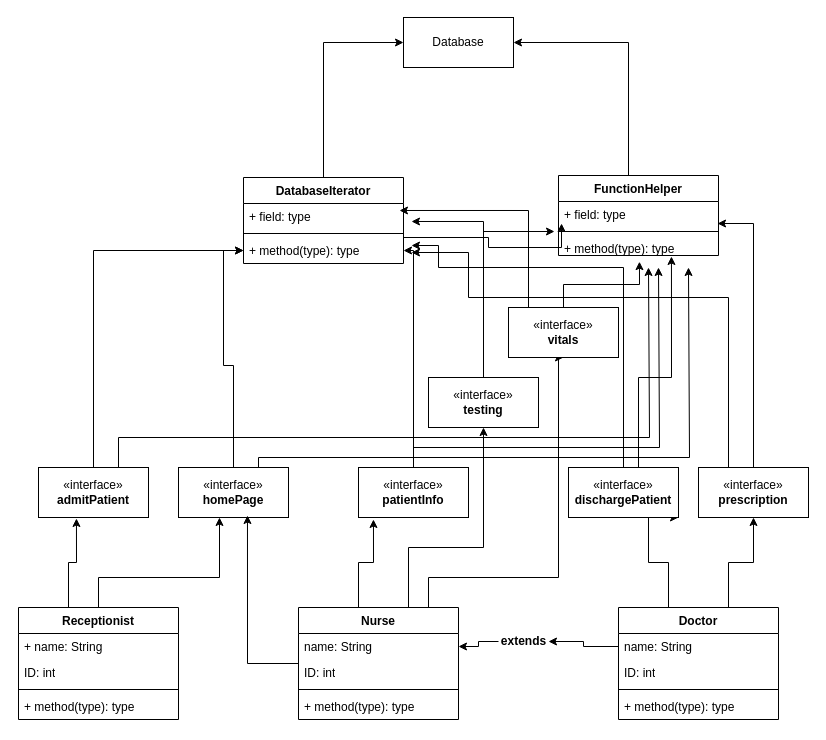
This is Deliverables/Deliverable 3/ObjectDiagram.drawio from Kburgan1006/CS460W-Project, a draw.io file, before an edit. Source tidied: cells renumbered, new cells numbered last; positions are measured from the earlier drawing's top-left corner, leaving out a move shared by most shapes. Both pictures are drawn from the tidied source at 100%, with x=0, y=0 at pixel (18, 17).
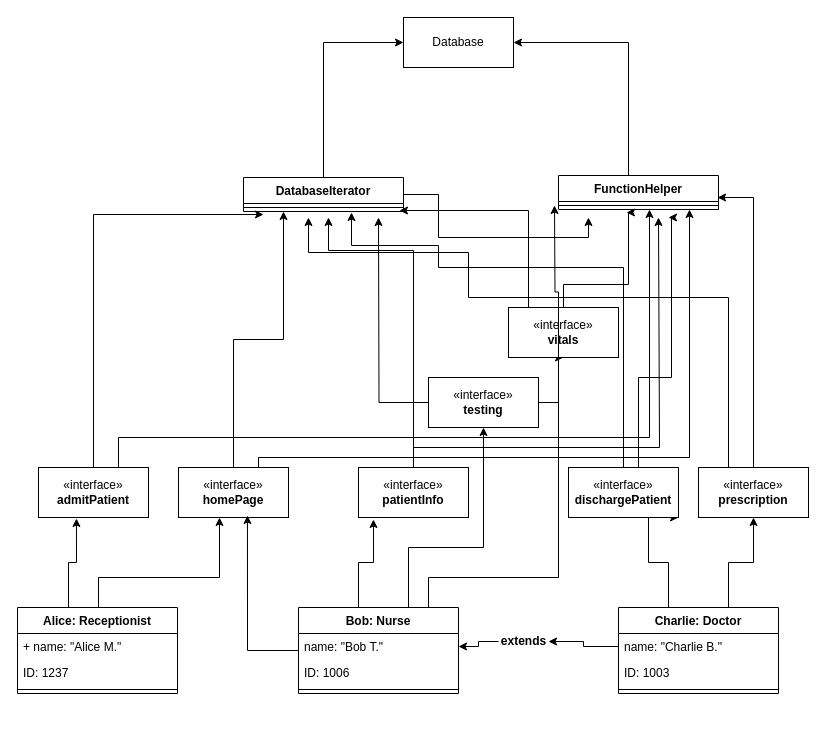
The same diagram, later.

Commit message (it also covers changes not shown here):
Added Class and Object Diagram drafts

renamed objectdiagram to classdiagram, added new diagram called object diagram

Unchanged cells that the change refers to:
```xml
<mxCell id="23" value="«interface»&lt;b&gt;&lt;br&gt;admitPatient&lt;br&gt;&lt;/b&gt;" style="html=1;whiteSpace=wrap;" parent="1" vertex="1">
  <mxGeometry x="20" y="450" width="110" height="50" as="geometry" />
</mxCell>
<mxCell id="26" value="«interface»&lt;br&gt;&lt;b&gt;homePage&lt;br&gt;&lt;/b&gt;" style="html=1;whiteSpace=wrap;" parent="1" vertex="1">
  <mxGeometry x="160" y="450" width="110" height="50" as="geometry" />
</mxCell>
<mxCell id="29" value="«interface»&lt;br&gt;&lt;b&gt;patientInfo&lt;br&gt;&lt;/b&gt;" style="html=1;whiteSpace=wrap;" parent="1" vertex="1">
  <mxGeometry x="340" y="450" width="110" height="50" as="geometry" />
</mxCell>
<mxCell id="31" value="«interface»&lt;br&gt;&lt;b&gt;dischargePatient&lt;br&gt;&lt;/b&gt;" style="html=1;whiteSpace=wrap;" parent="1" vertex="1">
  <mxGeometry x="550" y="450" width="110" height="50" as="geometry" />
</mxCell>
<mxCell id="32" value="«interface»&lt;br&gt;&lt;b&gt;prescription&lt;br&gt;&lt;/b&gt;" style="html=1;whiteSpace=wrap;" parent="1" vertex="1">
  <mxGeometry x="680" y="450" width="110" height="50" as="geometry" />
</mxCell>
<mxCell id="33" value="«interface»&lt;br&gt;&lt;b&gt;testing&lt;br&gt;&lt;/b&gt;" style="html=1;whiteSpace=wrap;" parent="1" vertex="1">
  <mxGeometry x="410" y="360" width="110" height="50" as="geometry" />
</mxCell>
<mxCell id="35" value="«interface»&lt;br&gt;&lt;b&gt;vitals&lt;br&gt;&lt;/b&gt;" style="html=1;whiteSpace=wrap;" parent="1" vertex="1">
  <mxGeometry x="490" y="290" width="110" height="50" as="geometry" />
</mxCell>
```

Diff of the diagram source:
```diff
@@
-    <mxCell id="2" value="Receptionist" style="swimlane;fontStyle=1;align=center;verticalAlign=top;horizontal=1;startSize=26;whiteSpace=wrap;html=1;" parent="1" vertex="1">
-      <mxGeometry y="590" width="160" height="112" as="geometry" />
+    <mxCell id="2" value="Alice: Receptionist" style="swimlane;fontStyle=1;align=center;verticalAlign=top;horizontal=1;startSize=26;whiteSpace=wrap;html=1;" parent="1" vertex="1">
+      <mxGeometry x="-1" y="590" width="160" height="86" as="geometry" />
     </mxCell>
-    <mxCell id="3" value="+ name: String" style="text;strokeColor=none;fillColor=none;align=left;verticalAlign=top;spacingLeft=4;spacingRight=4;overflow=hidden;whiteSpace=wrap;html=1;" parent="2" vertex="1">
+    <mxCell id="3" value="+ name: &quot;Alice M.&quot;" style="text;strokeColor=none;fillColor=none;align=left;verticalAlign=top;spacingLeft=4;spacingRight=4;overflow=hidden;whiteSpace=wrap;html=1;" parent="2" vertex="1">
       <mxGeometry y="26" width="160" height="26" as="geometry" />
     </mxCell>
-    <mxCell id="4" value="ID: int" style="text;strokeColor=none;fillColor=none;align=left;verticalAlign=top;spacingLeft=4;spacingRight=4;overflow=hidden;whiteSpace=wrap;html=1;" parent="2" vertex="1">
+    <mxCell id="4" value="ID: 1237" style="text;strokeColor=none;fillColor=none;align=left;verticalAlign=top;spacingLeft=4;spacingRight=4;overflow=hidden;whiteSpace=wrap;html=1;" parent="2" vertex="1">
       <mxGeometry y="52" width="160" height="26" as="geometry" />
     </mxCell>
@@
-    <mxCell id="6" value="+ method(type): type" style="text;strokeColor=none;fillColor=none;align=left;verticalAlign=top;spacingLeft=4;spacingRight=4;overflow=hidden;whiteSpace=wrap;html=1;" parent="2" vertex="1">
-      <mxGeometry y="86" width="160" height="26" as="geometry" />
-    </mxCell>
@@
-    <mxCell id="9" value="Nurse" style="swimlane;fontStyle=1;align=center;verticalAlign=top;horizontal=1;startSize=26;whiteSpace=wrap;html=1;" parent="1" vertex="1">
-      <mxGeometry x="280" y="590" width="160" height="112" as="geometry" />
+    <mxCell id="9" value="Bob: Nurse" style="swimlane;fontStyle=1;align=center;verticalAlign=top;horizontal=1;startSize=26;whiteSpace=wrap;html=1;" parent="1" vertex="1">
+      <mxGeometry x="280" y="590" width="160" height="86" as="geometry" />
     </mxCell>
-    <mxCell id="10" value="name: String" style="text;strokeColor=none;fillColor=none;align=left;verticalAlign=top;spacingLeft=4;spacingRight=4;overflow=hidden;points=[[0,0.5],[1,0.5]];portConstraint=eastwest;whiteSpace=wrap;html=1;" parent="9" vertex="1">
+    <mxCell id="10" value="name: &quot;Bob T.&quot;" style="text;strokeColor=none;fillColor=none;align=left;verticalAlign=top;spacingLeft=4;spacingRight=4;overflow=hidden;points=[[0,0.5],[1,0.5]];portConstraint=eastwest;whiteSpace=wrap;html=1;" parent="9" vertex="1">
       <mxGeometry y="26" width="160" height="26" as="geometry" />
     </mxCell>
-    <mxCell id="11" value="ID: int" style="text;strokeColor=none;fillColor=none;align=left;verticalAlign=top;spacingLeft=4;spacingRight=4;overflow=hidden;whiteSpace=wrap;html=1;" parent="9" vertex="1">
+    <mxCell id="11" value="ID: 1006" style="text;strokeColor=none;fillColor=none;align=left;verticalAlign=top;spacingLeft=4;spacingRight=4;overflow=hidden;whiteSpace=wrap;html=1;" parent="9" vertex="1">
       <mxGeometry y="52" width="160" height="26" as="geometry" />
     </mxCell>
@@
-    <mxCell id="13" value="+ method(type): type" style="text;strokeColor=none;fillColor=none;align=left;verticalAlign=top;spacingLeft=4;spacingRight=4;overflow=hidden;whiteSpace=wrap;html=1;" parent="9" vertex="1">
-      <mxGeometry y="86" width="160" height="26" as="geometry" />
-    </mxCell>
@@
-    <mxCell id="16" value="Doctor" style="swimlane;fontStyle=1;align=center;verticalAlign=top;horizontal=1;startSize=26;whiteSpace=wrap;html=1;" parent="1" vertex="1">
-      <mxGeometry x="600" y="590" width="160" height="112" as="geometry" />
+    <mxCell id="16" value="Charlie: Doctor" style="swimlane;fontStyle=1;align=center;verticalAlign=top;horizontal=1;startSize=26;whiteSpace=wrap;html=1;" parent="1" vertex="1">
+      <mxGeometry x="600" y="590" width="160" height="86" as="geometry" />
     </mxCell>
-    <mxCell id="17" value="name: String" style="text;strokeColor=none;fillColor=none;align=left;verticalAlign=top;spacingLeft=4;spacingRight=4;overflow=hidden;points=[[0,0.5],[1,0.5]];portConstraint=eastwest;whiteSpace=wrap;html=1;" parent="16" vertex="1">
+    <mxCell id="17" value="name: &quot;Charlie B.&quot;" style="text;strokeColor=none;fillColor=none;align=left;verticalAlign=top;spacingLeft=4;spacingRight=4;overflow=hidden;points=[[0,0.5],[1,0.5]];portConstraint=eastwest;whiteSpace=wrap;html=1;" parent="16" vertex="1">
       <mxGeometry y="26" width="160" height="26" as="geometry" />
     </mxCell>
-    <mxCell id="18" value="ID: int" style="text;strokeColor=none;fillColor=none;align=left;verticalAlign=top;spacingLeft=4;spacingRight=4;overflow=hidden;whiteSpace=wrap;html=1;" parent="16" vertex="1">
+    <mxCell id="18" value="ID: 1003" style="text;strokeColor=none;fillColor=none;align=left;verticalAlign=top;spacingLeft=4;spacingRight=4;overflow=hidden;whiteSpace=wrap;html=1;" parent="16" vertex="1">
       <mxGeometry y="52" width="160" height="26" as="geometry" />
     </mxCell>
@@
-    <mxCell id="20" value="+ method(type): type" style="text;strokeColor=none;fillColor=none;align=left;verticalAlign=top;spacingLeft=4;spacingRight=4;overflow=hidden;whiteSpace=wrap;html=1;" parent="16" vertex="1">
-      <mxGeometry y="86" width="160" height="26" as="geometry" />
-    </mxCell>
-    <mxCell id="21" style="edgeStyle=orthogonalEdgeStyle;rounded=0;jettySize=auto;html=1;entryX=0;entryY=0.5;entryDx=0;entryDy=0;" parent="1" edge="1" source="23" target="47">
+    <mxCell id="21" style="edgeStyle=orthogonalEdgeStyle;rounded=0;jettySize=auto;html=1;entryX=0.125;entryY=1.375;entryDx=0;entryDy=0;entryPerimeter=0;" parent="1" edge="1" source="23" target="46">
       <mxGeometry relative="1" as="geometry" />
     </mxCell>
-    <mxCell id="22" style="edgeStyle=orthogonalEdgeStyle;rounded=0;jettySize=auto;html=1;" parent="1" edge="1" source="23">
+    <mxCell id="22" style="edgeStyle=orthogonalEdgeStyle;rounded=0;jettySize=auto;html=1;" parent="1" edge="1" source="23" target="51">
       <mxGeometry relative="1" as="geometry">
-        <mxPoint x="630" y="250" as="targetPoint" />
         <Array as="points">
           <mxPoint x="100" y="420" />
           <mxPoint x="631" y="420" />
         </Array>
       </mxGeometry>
     </mxCell>
@@
-    <mxCell id="24" style="edgeStyle=orthogonalEdgeStyle;rounded=0;jettySize=auto;html=1;entryX=0;entryY=0.5;entryDx=0;entryDy=0;" parent="1" edge="1" source="26" target="47">
+    <mxCell id="24" style="edgeStyle=orthogonalEdgeStyle;rounded=0;jettySize=auto;html=1;entryX=0.25;entryY=1;entryDx=0;entryDy=0;" parent="1" edge="1" source="26" target="44">
       <mxGeometry relative="1" as="geometry" />
     </mxCell>
-    <mxCell id="25" style="edgeStyle=orthogonalEdgeStyle;rounded=0;jettySize=auto;html=1;" parent="1" edge="1" source="26">
+    <mxCell id="25" style="edgeStyle=orthogonalEdgeStyle;rounded=0;jettySize=auto;html=1;" parent="1" edge="1" source="26" target="51">
       <mxGeometry relative="1" as="geometry">
-        <mxPoint x="670" y="250" as="targetPoint" />
         <Array as="points">
           <mxPoint x="240" y="440" />
           <mxPoint x="671" y="440" />
         </Array>
       </mxGeometry>
     </mxCell>
@@
-    <mxCell id="27" style="edgeStyle=orthogonalEdgeStyle;rounded=0;jettySize=auto;html=1;entryX=1;entryY=0.5;entryDx=0;entryDy=0;" parent="1" edge="1" source="29" target="47">
+    <mxCell id="27" style="edgeStyle=orthogonalEdgeStyle;rounded=0;jettySize=auto;html=1;" parent="1" edge="1" source="29">
       <mxGeometry relative="1" as="geometry">
+        <mxPoint x="310" y="200" as="targetPoint" />
         <Array as="points">
           <mxPoint x="395" y="233" />
         </Array>
       </mxGeometry>
     </mxCell>
     <mxCell id="28" style="edgeStyle=orthogonalEdgeStyle;rounded=0;jettySize=auto;html=1;" parent="1" edge="1" source="29">
       <mxGeometry relative="1" as="geometry">
-        <mxPoint x="640" y="250" as="targetPoint" />
+        <mxPoint x="640" y="200" as="targetPoint" />
         <Array as="points">
           <mxPoint x="395" y="430" />
           <mxPoint x="641" y="430" />
         </Array>
       </mxGeometry>
     </mxCell>
@@
-    <mxCell id="30" style="edgeStyle=orthogonalEdgeStyle;rounded=0;jettySize=auto;html=1;entryX=0.706;entryY=1.05;entryDx=0;entryDy=0;entryPerimeter=0;" parent="1" edge="1" source="31" target="52">
+    <mxCell id="30" style="edgeStyle=orthogonalEdgeStyle;rounded=0;jettySize=auto;html=1;" parent="1" edge="1" source="31">
       <mxGeometry relative="1" as="geometry">
+        <mxPoint x="650" y="200" as="targetPoint" />
         <Array as="points">
           <mxPoint x="620" y="360" />
           <mxPoint x="653" y="360" />
         </Array>
       </mxGeometry>
     </mxCell>
@@
-    <mxCell id="34" style="edgeStyle=orthogonalEdgeStyle;rounded=0;jettySize=auto;html=1;entryX=0.506;entryY=1.308;entryDx=0;entryDy=0;entryPerimeter=0;" parent="1" edge="1" source="35" target="52">
+    <mxCell id="34" style="edgeStyle=orthogonalEdgeStyle;rounded=0;jettySize=auto;html=1;entryX=0.425;entryY=1.375;entryDx=0;entryDy=0;entryPerimeter=0;" parent="1" edge="1" source="35" target="51">
       <mxGeometry relative="1" as="geometry">
         <Array as="points">
           <mxPoint x="545" y="267" />
-          <mxPoint x="621" y="267" />
+          <mxPoint x="610" y="267" />
+          <mxPoint x="610" y="195" />
         </Array>
       </mxGeometry>
     </mxCell>
@@
     <mxCell id="44" value="DatabaseIterator" style="swimlane;fontStyle=1;align=center;verticalAlign=top;horizontal=1;startSize=26;whiteSpace=wrap;html=1;" parent="1" vertex="1">
-      <mxGeometry x="225" y="160" width="160" height="86" as="geometry" />
+      <mxGeometry x="225" y="160" width="160" height="34" as="geometry" />
     </mxCell>
-    <mxCell id="45" value="+ field: type" style="text;strokeColor=none;fillColor=none;align=left;verticalAlign=top;spacingLeft=4;spacingRight=4;overflow=hidden;points=[[0,0.5],[1,0.5]];portConstraint=eastwest;whiteSpace=wrap;html=1;" parent="44" vertex="1">
-      <mxGeometry y="26" width="160" height="26" as="geometry" />
-    </mxCell>
     <mxCell id="46" style="line;strokeWidth=1;fillColor=none;align=left;verticalAlign=middle;spacingTop=-1;spacingLeft=3;spacingRight=3;labelPosition=right;points=[];portConstraint=eastwest;strokeColor=inherit;" parent="44" vertex="1">
-      <mxGeometry y="52" width="160" height="8" as="geometry" />
+      <mxGeometry y="26" width="160" height="8" as="geometry" />
     </mxCell>
-    <mxCell id="47" value="+ method(type): type" style="text;strokeColor=none;fillColor=none;align=left;verticalAlign=top;spacingLeft=4;spacingRight=4;overflow=hidden;points=[[0,0.5],[1,0.5]];portConstraint=eastwest;whiteSpace=wrap;html=1;" parent="44" vertex="1">
-      <mxGeometry y="60" width="160" height="26" as="geometry" />
-    </mxCell>
@@
     <mxCell id="49" value="FunctionHelper" style="swimlane;fontStyle=1;align=center;verticalAlign=top;horizontal=1;startSize=26;whiteSpace=wrap;html=1;" parent="1" vertex="1">
-      <mxGeometry x="540" y="158" width="160" height="80" as="geometry" />
+      <mxGeometry x="540" y="158" width="160" height="34" as="geometry" />
     </mxCell>
-    <mxCell id="50" value="+ field: type" style="text;strokeColor=none;fillColor=none;align=left;verticalAlign=top;spacingLeft=4;spacingRight=4;overflow=hidden;points=[[0,0.5],[1,0.5]];portConstraint=eastwest;whiteSpace=wrap;html=1;" parent="49" vertex="1">
-      <mxGeometry y="26" width="160" height="26" as="geometry" />
-    </mxCell>
     <mxCell id="51" style="line;strokeWidth=1;fillColor=none;align=left;verticalAlign=middle;spacingTop=-1;spacingLeft=3;spacingRight=3;labelPosition=right;points=[];portConstraint=eastwest;strokeColor=inherit;" parent="49" vertex="1">
-      <mxGeometry y="52" width="160" height="8" as="geometry" />
+      <mxGeometry y="26" width="160" height="8" as="geometry" />
     </mxCell>
-    <mxCell id="52" value="+ method(type): type" style="text;strokeColor=none;fillColor=none;align=left;verticalAlign=top;spacingLeft=4;spacingRight=4;overflow=hidden;points=[[0,0.5],[1,0.5]];portConstraint=eastwest;whiteSpace=wrap;html=1;" parent="49" vertex="1">
-      <mxGeometry y="60" width="160" height="20" as="geometry" />
-    </mxCell>
@@
-    <mxCell id="54" style="edgeStyle=orthogonalEdgeStyle;rounded=0;jettySize=auto;html=1;entryX=-0.025;entryY=-0.2;entryDx=0;entryDy=0;entryPerimeter=0;" parent="1" edge="1" source="33" target="52">
-      <mxGeometry relative="1" as="geometry" />
+    <mxCell id="54" style="edgeStyle=orthogonalEdgeStyle;rounded=0;jettySize=auto;html=1;entryX=-0.025;entryY=-0.2;entryDx=0;entryDy=0;entryPerimeter=0;" parent="1" edge="1" source="33">
+      <mxGeometry relative="1" as="geometry">
+        <mxPoint x="536" y="188" as="targetPoint" />
+      </mxGeometry>
     </mxCell>
@@
-    <mxCell id="56" style="edgeStyle=orthogonalEdgeStyle;rounded=0;jettySize=auto;html=1;entryX=1.05;entryY=0.692;entryDx=0;entryDy=0;entryPerimeter=0;" parent="1" edge="1" source="33" target="45">
-      <mxGeometry relative="1" as="geometry" />
+    <mxCell id="56" style="edgeStyle=orthogonalEdgeStyle;rounded=0;jettySize=auto;html=1;" parent="1" edge="1" source="33">
+      <mxGeometry relative="1" as="geometry">
+        <mxPoint x="360" y="200" as="targetPoint" />
+      </mxGeometry>
     </mxCell>
-    <mxCell id="57" style="edgeStyle=orthogonalEdgeStyle;rounded=0;jettySize=auto;html=1;entryX=0.975;entryY=0.269;entryDx=0;entryDy=0;entryPerimeter=0;" parent="1" edge="1" source="35" target="45">
+    <mxCell id="57" style="edgeStyle=orthogonalEdgeStyle;rounded=0;jettySize=auto;html=1;entryX=0.975;entryY=0.269;entryDx=0;entryDy=0;entryPerimeter=0;" parent="1" edge="1" source="35">
       <mxGeometry relative="1" as="geometry">
+        <mxPoint x="381" y="193" as="targetPoint" />
         <Array as="points">
           <mxPoint x="510" y="193" />
         </Array>
       </mxGeometry>
     </mxCell>
-    <mxCell id="58" style="edgeStyle=orthogonalEdgeStyle;rounded=0;jettySize=auto;html=1;entryX=1.05;entryY=0.308;entryDx=0;entryDy=0;entryPerimeter=0;" parent="1" edge="1" source="31" target="47">
+    <mxCell id="58" style="edgeStyle=orthogonalEdgeStyle;rounded=0;jettySize=auto;html=1;entryX=0.675;entryY=1.125;entryDx=0;entryDy=0;entryPerimeter=0;" parent="1" edge="1" source="31" target="46">
       <mxGeometry relative="1" as="geometry">
         <Array as="points">
           <mxPoint x="605" y="250" />
           <mxPoint x="420" y="250" />
           <mxPoint x="420" y="228" />
+          <mxPoint x="333" y="228" />
         </Array>
       </mxGeometry>
     </mxCell>
-    <mxCell id="59" style="edgeStyle=orthogonalEdgeStyle;rounded=0;jettySize=auto;html=1;entryX=1.05;entryY=0.577;entryDx=0;entryDy=0;entryPerimeter=0;" parent="1" edge="1" source="32" target="47">
+    <mxCell id="59" style="edgeStyle=orthogonalEdgeStyle;rounded=0;jettySize=auto;html=1;" parent="1" edge="1" source="32">
       <mxGeometry relative="1" as="geometry">
+        <mxPoint x="290" y="200" as="targetPoint" />
         <Array as="points">
           <mxPoint x="710" y="280" />
           <mxPoint x="450" y="280" />
           <mxPoint x="450" y="235" />
         </Array>
       </mxGeometry>
     </mxCell>
-    <mxCell id="60" style="edgeStyle=orthogonalEdgeStyle;rounded=0;jettySize=auto;html=1;entryX=0.019;entryY=0.846;entryDx=0;entryDy=0;entryPerimeter=0;" parent="1" edge="1" source="44" target="50">
+    <mxCell id="60" style="edgeStyle=orthogonalEdgeStyle;rounded=0;jettySize=auto;html=1;exitX=1;exitY=0.25;exitDx=0;exitDy=0;" parent="1" edge="1" source="44">
       <mxGeometry relative="1" as="geometry">
+        <mxPoint x="570" y="200" as="targetPoint" />
         <Array as="points">
-          <mxPoint x="470" y="220" />
-          <mxPoint x="470" y="230" />
-          <mxPoint x="543" y="230" />
+          <mxPoint x="385" y="177" />
+          <mxPoint x="420" y="177" />
+          <mxPoint x="420" y="220" />
+          <mxPoint x="570" y="220" />
         </Array>
       </mxGeometry>
     </mxCell>
```
